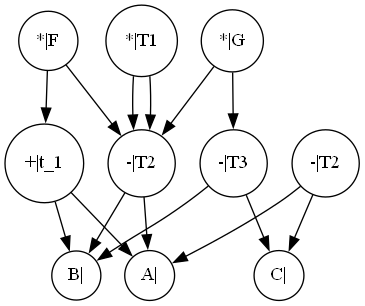
The Graphviz diagram DAG/visible.gv.png in hutao99/compiler, before a commit. Its source is kept beside it as DAG/visible.gv.
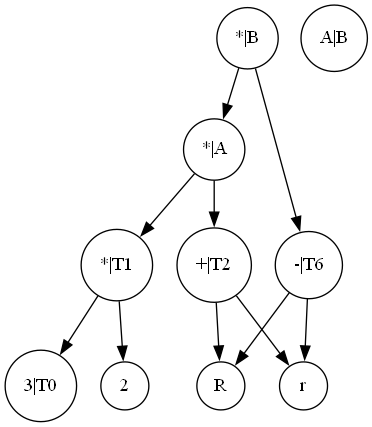
After the commit.

What changed in the source:
```diff
@@ -1,27 +1,23 @@
 digraph "./DAG/visible" {
 	node [color=black shape=circle size="20,5"]
-	1 [label="+|t_1"]
-	2 [label="A|"]
-	3 [label="B|"]
-	4 [label="-|T2"]
-	5 [label="*|F"]
-	6 [label="-|T2"]
-	7 [label="C|"]
-	8 [label="-|T3"]
-	9 [label="*|T1"]
-	10 [label="*|G"]
-	1 -> 3
-	1 -> 2
-	4 -> 3
-	4 -> 2
-	5 -> 4
-	5 -> 1
-	6 -> 7
-	6 -> 2
-	8 -> 7
-	8 -> 3
-	9 -> 4
-	9 -> 4
-	10 -> 8
-	10 -> 4
+	1 [label="3|T0"]
+	2 [label="*|T1"]
+	3 [label=2]
+	4 [label="+|T2"]
+	5 [label=R]
+	6 [label=r]
+	7 [label="*|A"]
+	8 [label="A|B"]
+	9 [label="-|T6"]
+	10 [label="*|B"]
+	2 -> 1
+	2 -> 3
+	4 -> 6
+	4 -> 5
+	7 -> 4
+	7 -> 2
+	9 -> 6
+	9 -> 5
+	10 -> 9
+	10 -> 7
 }
```
